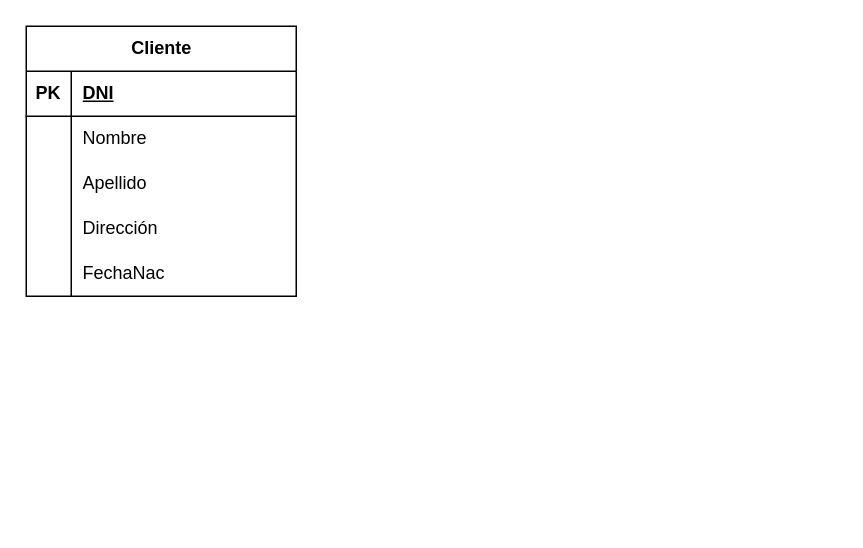
This is Caso02-SEM2.drawio from EdhuMS/BASE-DE-DATOS, a draw.io file, before an edit. Source tidied: cells renumbered, new cells numbered last; positions are measured from the earlier drawing's top-left corner, leaving out a move shared by most shapes. Both pictures are drawn from the tidied source at 150%, with x=0, y=0 at pixel (26, 26).
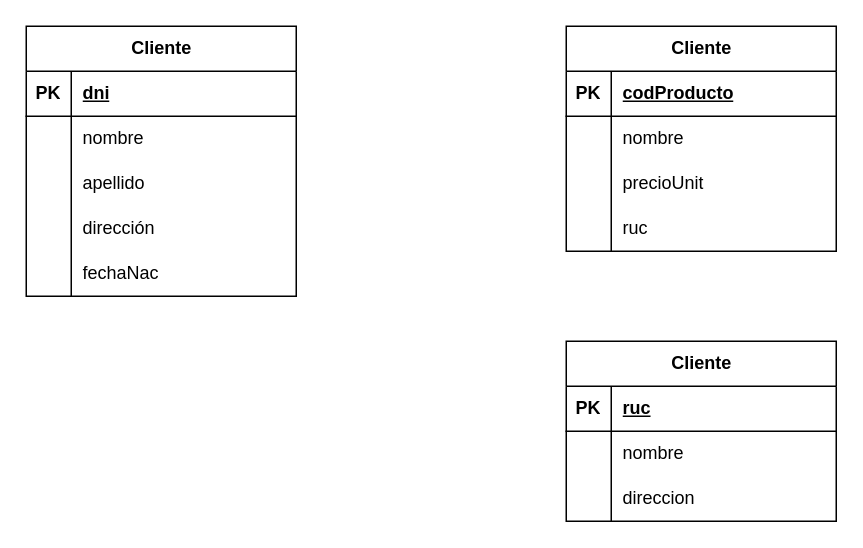
Above is the later version.

The change refers to these unchanged cells:
```xml
<mxCell id="3" style="shape=tableRow;horizontal=0;startSize=0;swimlaneHead=0;swimlaneBody=0;fillColor=none;top=0;left=0;right=0;bottom=1;" parent="2" vertex="1">
  <mxGeometry y="30" width="180" height="30" as="geometry" />
</mxCell>
<mxCell id="6" style="shape=tableRow;horizontal=0;startSize=0;swimlaneHead=0;swimlaneBody=0;fillColor=none;top=0;left=0;right=0;bottom=0;" parent="2" vertex="1">
  <mxGeometry y="60" width="180" height="30" as="geometry" />
</mxCell>
<mxCell id="9" style="shape=tableRow;horizontal=0;startSize=0;swimlaneHead=0;swimlaneBody=0;fillColor=none;top=0;left=0;right=0;bottom=0;" parent="2" vertex="1">
  <mxGeometry y="90" width="180" height="30" as="geometry" />
</mxCell>
<mxCell id="12" style="shape=tableRow;horizontal=0;startSize=0;swimlaneHead=0;swimlaneBody=0;fillColor=none;top=0;left=0;right=0;bottom=0;" parent="2" vertex="1">
  <mxGeometry y="120" width="180" height="30" as="geometry" />
</mxCell>
<mxCell id="15" style="shape=tableRow;horizontal=0;startSize=0;swimlaneHead=0;swimlaneBody=0;fillColor=none;top=0;left=0;right=0;bottom=0;" parent="2" vertex="1">
  <mxGeometry y="150" width="180" height="30" as="geometry" />
</mxCell>
```

Change to the diagram source:
```diff
@@
-    <mxCell id="5" value="DNI" style="shape=partialRectangle;fillColor=none;top=0;left=0;bottom=0;right=0;align=left;spacingLeft=6;fontStyle=5;overflow=hidden;whiteSpace=wrap;html=1;" parent="3" vertex="1">
+    <mxCell id="5" value="dni" style="shape=partialRectangle;fillColor=none;top=0;left=0;bottom=0;right=0;align=left;spacingLeft=6;fontStyle=5;overflow=hidden;whiteSpace=wrap;html=1;" parent="3" vertex="1">
       <mxGeometry x="30" width="150" height="30" as="geometry" />
     </mxCell>
@@
-    <mxCell id="8" value="Nombre" style="shape=partialRectangle;fillColor=none;top=0;left=0;bottom=0;right=0;align=left;spacingLeft=6;overflow=hidden;whiteSpace=wrap;html=1;" parent="6" vertex="1">
+    <mxCell id="8" value="nombre" style="shape=partialRectangle;fillColor=none;top=0;left=0;bottom=0;right=0;align=left;spacingLeft=6;overflow=hidden;whiteSpace=wrap;html=1;" parent="6" vertex="1">
       <mxGeometry x="30" width="150" height="30" as="geometry" />
     </mxCell>
@@
-    <mxCell id="11" value="Apellido" style="shape=partialRectangle;fillColor=none;top=0;left=0;bottom=0;right=0;align=left;spacingLeft=6;overflow=hidden;whiteSpace=wrap;html=1;" parent="9" vertex="1">
+    <mxCell id="11" value="apellido" style="shape=partialRectangle;fillColor=none;top=0;left=0;bottom=0;right=0;align=left;spacingLeft=6;overflow=hidden;whiteSpace=wrap;html=1;" parent="9" vertex="1">
       <mxGeometry x="30" width="150" height="30" as="geometry" />
     </mxCell>
@@
-    <mxCell id="14" value="Dirección" style="shape=partialRectangle;fillColor=none;top=0;left=0;bottom=0;right=0;align=left;spacingLeft=6;overflow=hidden;whiteSpace=wrap;html=1;" parent="12" vertex="1">
+    <mxCell id="14" value="dirección" style="shape=partialRectangle;fillColor=none;top=0;left=0;bottom=0;right=0;align=left;spacingLeft=6;overflow=hidden;whiteSpace=wrap;html=1;" parent="12" vertex="1">
       <mxGeometry x="30" width="150" height="30" as="geometry" />
     </mxCell>
@@
-    <mxCell id="17" value="FechaNac" style="shape=partialRectangle;fillColor=none;top=0;left=0;bottom=0;right=0;align=left;spacingLeft=6;overflow=hidden;whiteSpace=wrap;html=1;" parent="15" vertex="1">
+    <mxCell id="17" value="fechaNac" style="shape=partialRectangle;fillColor=none;top=0;left=0;bottom=0;right=0;align=left;spacingLeft=6;overflow=hidden;whiteSpace=wrap;html=1;" parent="15" vertex="1">
       <mxGeometry x="30" width="150" height="30" as="geometry" />
     </mxCell>
+    <mxCell id="18" value="Cliente" style="shape=table;startSize=30;childLayout=tableLayout;rowLines=0;fontStyle=1;align=center;html=1;" parent="1" vertex="1">
+      <mxGeometry x="360" width="180" height="150" as="geometry" />
+    </mxCell>
+    <mxCell id="19" style="shape=tableRow;horizontal=0;startSize=0;swimlaneHead=0;swimlaneBody=0;fillColor=none;top=0;left=0;right=0;bottom=1;" parent="18" vertex="1">
+      <mxGeometry y="30" width="180" height="30" as="geometry" />
+    </mxCell>
+    <mxCell id="20" value="PK" style="shape=partialRectangle;fillColor=none;top=0;left=0;bottom=0;right=0;fontStyle=1;overflow=hidden;whiteSpace=wrap;html=1;" parent="19" vertex="1">
+      <mxGeometry width="30" height="30" as="geometry" />
+    </mxCell>
+    <mxCell id="21" value="codProducto" style="shape=partialRectangle;fillColor=none;top=0;left=0;bottom=0;right=0;align=left;spacingLeft=6;fontStyle=5;overflow=hidden;whiteSpace=wrap;html=1;" parent="19" vertex="1">
+      <mxGeometry x="30" width="150" height="30" as="geometry" />
+    </mxCell>
+    <mxCell id="22" style="shape=tableRow;horizontal=0;startSize=0;swimlaneHead=0;swimlaneBody=0;fillColor=none;top=0;left=0;right=0;bottom=0;" parent="18" vertex="1">
+      <mxGeometry y="60" width="180" height="30" as="geometry" />
+    </mxCell>
+    <mxCell id="23" style="shape=partialRectangle;fillColor=none;top=0;left=0;bottom=0;right=0;overflow=hidden;whiteSpace=wrap;html=1;" parent="22" vertex="1">
+      <mxGeometry width="30" height="30" as="geometry" />
+    </mxCell>
+    <mxCell id="24" value="nombre" style="shape=partialRectangle;fillColor=none;top=0;left=0;bottom=0;right=0;align=left;spacingLeft=6;overflow=hidden;whiteSpace=wrap;html=1;" parent="22" vertex="1">
+      <mxGeometry x="30" width="150" height="30" as="geometry" />
+    </mxCell>
+    <mxCell id="25" style="shape=tableRow;horizontal=0;startSize=0;swimlaneHead=0;swimlaneBody=0;fillColor=none;top=0;left=0;right=0;bottom=0;" parent="18" vertex="1">
+      <mxGeometry y="90" width="180" height="30" as="geometry" />
+    </mxCell>
+    <mxCell id="26" style="shape=partialRectangle;fillColor=none;top=0;left=0;bottom=0;right=0;overflow=hidden;whiteSpace=wrap;html=1;" parent="25" vertex="1">
+      <mxGeometry width="30" height="30" as="geometry" />
+    </mxCell>
+    <mxCell id="27" value="precioUnit" style="shape=partialRectangle;fillColor=none;top=0;left=0;bottom=0;right=0;align=left;spacingLeft=6;overflow=hidden;whiteSpace=wrap;html=1;" parent="25" vertex="1">
+      <mxGeometry x="30" width="150" height="30" as="geometry" />
+    </mxCell>
+    <mxCell id="28" style="shape=tableRow;horizontal=0;startSize=0;swimlaneHead=0;swimlaneBody=0;fillColor=none;top=0;left=0;right=0;bottom=0;" parent="18" vertex="1">
+      <mxGeometry y="120" width="180" height="30" as="geometry" />
+    </mxCell>
+    <mxCell id="29" style="shape=partialRectangle;fillColor=none;top=0;left=0;bottom=0;right=0;overflow=hidden;whiteSpace=wrap;html=1;" parent="28" vertex="1">
+      <mxGeometry width="30" height="30" as="geometry" />
+    </mxCell>
+    <mxCell id="30" value="ruc" style="shape=partialRectangle;fillColor=none;top=0;left=0;bottom=0;right=0;align=left;spacingLeft=6;overflow=hidden;whiteSpace=wrap;html=1;" parent="28" vertex="1">
+      <mxGeometry x="30" width="150" height="30" as="geometry" />
+    </mxCell>
+    <mxCell id="31" value="Cliente" style="shape=table;startSize=30;childLayout=tableLayout;rowLines=0;fontStyle=1;align=center;html=1;" parent="1" vertex="1">
+      <mxGeometry x="360" y="210" width="180" height="120" as="geometry" />
+    </mxCell>
+    <mxCell id="32" style="shape=tableRow;horizontal=0;startSize=0;swimlaneHead=0;swimlaneBody=0;fillColor=none;top=0;left=0;right=0;bottom=1;" parent="31" vertex="1">
+      <mxGeometry y="30" width="180" height="30" as="geometry" />
+    </mxCell>
+    <mxCell id="33" value="PK" style="shape=partialRectangle;fillColor=none;top=0;left=0;bottom=0;right=0;fontStyle=1;overflow=hidden;whiteSpace=wrap;html=1;" parent="32" vertex="1">
+      <mxGeometry width="30" height="30" as="geometry" />
+    </mxCell>
+    <mxCell id="34" value="ruc" style="shape=partialRectangle;fillColor=none;top=0;left=0;bottom=0;right=0;align=left;spacingLeft=6;fontStyle=5;overflow=hidden;whiteSpace=wrap;html=1;" parent="32" vertex="1">
+      <mxGeometry x="30" width="150" height="30" as="geometry" />
+    </mxCell>
+    <mxCell id="35" style="shape=tableRow;horizontal=0;startSize=0;swimlaneHead=0;swimlaneBody=0;fillColor=none;top=0;left=0;right=0;bottom=0;" parent="31" vertex="1">
+      <mxGeometry y="60" width="180" height="30" as="geometry" />
+    </mxCell>
+    <mxCell id="36" style="shape=partialRectangle;fillColor=none;top=0;left=0;bottom=0;right=0;overflow=hidden;whiteSpace=wrap;html=1;" parent="35" vertex="1">
+      <mxGeometry width="30" height="30" as="geometry" />
+    </mxCell>
+    <mxCell id="37" value="nombre" style="shape=partialRectangle;fillColor=none;top=0;left=0;bottom=0;right=0;align=left;spacingLeft=6;overflow=hidden;whiteSpace=wrap;html=1;" parent="35" vertex="1">
+      <mxGeometry x="30" width="150" height="30" as="geometry" />
+    </mxCell>
+    <mxCell id="38" style="shape=tableRow;horizontal=0;startSize=0;swimlaneHead=0;swimlaneBody=0;fillColor=none;top=0;left=0;right=0;bottom=0;" parent="31" vertex="1">
+      <mxGeometry y="90" width="180" height="30" as="geometry" />
+    </mxCell>
+    <mxCell id="39" style="shape=partialRectangle;fillColor=none;top=0;left=0;bottom=0;right=0;overflow=hidden;whiteSpace=wrap;html=1;" parent="38" vertex="1">
+      <mxGeometry width="30" height="30" as="geometry" />
+    </mxCell>
+    <mxCell id="40" value="direccion" style="shape=partialRectangle;fillColor=none;top=0;left=0;bottom=0;right=0;align=left;spacingLeft=6;overflow=hidden;whiteSpace=wrap;html=1;" parent="38" vertex="1">
+      <mxGeometry x="30" width="150" height="30" as="geometry" />
+    </mxCell>
```
